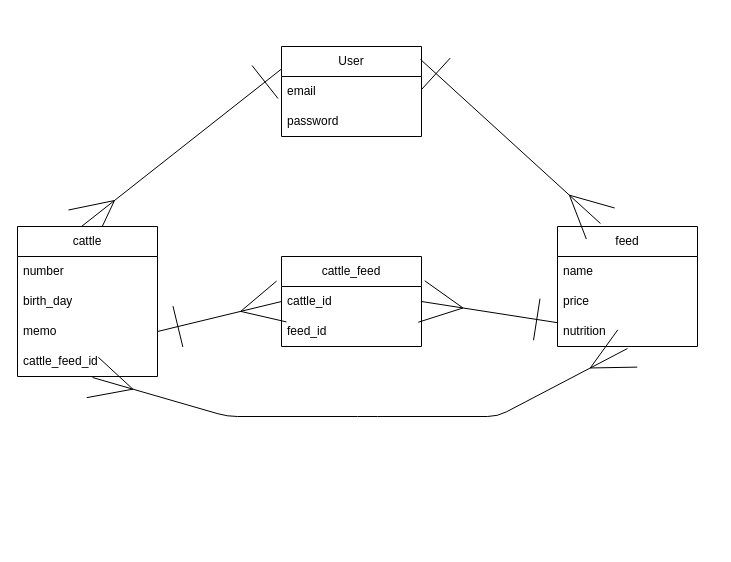
Earlier version of the draw.io diagram plan.dio (rinoccha/cattle_feed). Source tidied: cells renumbered, new cells numbered last; positions are measured from the earlier drawing's top-left corner, leaving out a move shared by most shapes. Both pictures are drawn from the tidied source at 100%, with x=0, y=0 at pixel (17, 46).
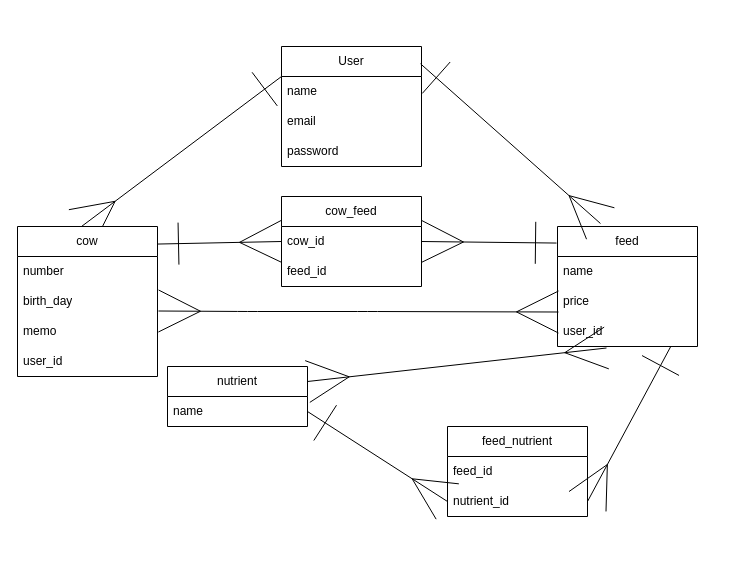
The same diagram, later.

Commit message (it also covers changes not shown here):
ER図の編集と、READMEの作成

The change refers to these unchanged cells:
```xml
<mxCell id="6" value="feed" style="swimlane;fontStyle=0;horizontal=1;startSize=30;whiteSpace=wrap;html=1;" parent="1" vertex="1">
  <mxGeometry x="540" y="180" width="140" height="120" as="geometry" />
</mxCell>
<mxCell id="12" value="birth_day" style="text;strokeColor=none;fillColor=none;align=left;verticalAlign=middle;spacingLeft=4;spacingRight=4;overflow=hidden;points=[[0,0.5],[1,0.5]];portConstraint=eastwest;whiteSpace=wrap;html=1;" parent="10" vertex="1">
  <mxGeometry y="60" width="140" height="30" as="geometry" />
</mxCell>
<mxCell id="13" value="memo" style="text;strokeColor=none;fillColor=none;align=left;verticalAlign=middle;spacingLeft=4;spacingRight=4;overflow=hidden;points=[[0,0.5],[1,0.5]];portConstraint=eastwest;whiteSpace=wrap;html=1;" parent="10" vertex="1">
  <mxGeometry y="90" width="140" height="30" as="geometry" />
</mxCell>
```

What changed in the source:
```diff
@@
     <mxCell id="3" value="User" style="swimlane;fontStyle=0;horizontal=1;startSize=30;whiteSpace=wrap;html=1;" parent="1" vertex="1">
-      <mxGeometry x="264" width="140" height="90" as="geometry" />
+      <mxGeometry x="264" width="140" height="120" as="geometry" />
     </mxCell>
+    <mxCell id="22" value="name" style="text;strokeColor=none;fillColor=none;align=left;verticalAlign=middle;spacingLeft=4;spacingRight=4;overflow=hidden;whiteSpace=wrap;html=1;" parent="3" vertex="1">
+      <mxGeometry y="30" width="140" height="30" as="geometry" />
+    </mxCell>
     <mxCell id="4" value="email" style="text;strokeColor=none;fillColor=none;align=left;verticalAlign=middle;spacingLeft=4;spacingRight=4;overflow=hidden;whiteSpace=wrap;html=1;" parent="3" vertex="1">
-      <mxGeometry y="30" width="140" height="30" as="geometry" />
+      <mxGeometry y="60" width="140" height="30" as="geometry" />
     </mxCell>
     <mxCell id="5" value="password" style="text;strokeColor=none;fillColor=none;align=left;verticalAlign=middle;spacingLeft=4;spacingRight=4;overflow=hidden;whiteSpace=wrap;html=1;" parent="3" vertex="1">
-      <mxGeometry y="60" width="140" height="30" as="geometry" />
+      <mxGeometry y="90" width="140" height="30" as="geometry" />
     </mxCell>
@@
-    <mxCell id="9" value="nutrition" style="text;strokeColor=none;fillColor=none;align=left;verticalAlign=middle;spacingLeft=4;spacingRight=4;overflow=hidden;points=[[0,0.5],[1,0.5]];portConstraint=eastwest;whiteSpace=wrap;html=1;" parent="6" vertex="1">
-      <mxGeometry y="90" width="140" height="30" as="geometry" />
-    </mxCell>
+    <mxCell id="23" value="user_id&lt;br&gt;" style="text;strokeColor=none;fillColor=none;align=left;verticalAlign=middle;spacingLeft=4;spacingRight=4;overflow=hidden;points=[[0,0.5],[1,0.5]];portConstraint=eastwest;whiteSpace=wrap;html=1;" parent="6" vertex="1">
+      <mxGeometry y="90" width="140" height="30" as="geometry" />
+    </mxCell>
-    <mxCell id="10" value="cattle" style="swimlane;fontStyle=0;horizontal=1;startSize=30;whiteSpace=wrap;html=1;" parent="1" vertex="1">
+    <mxCell id="10" value="cow" style="swimlane;fontStyle=0;horizontal=1;startSize=30;whiteSpace=wrap;html=1;" parent="1" vertex="1">
       <mxGeometry y="180" width="140" height="150" as="geometry" />
     </mxCell>
@@
-    <mxCell id="14" value="cattle_feed_id" style="text;strokeColor=none;fillColor=none;align=left;verticalAlign=middle;spacingLeft=4;spacingRight=4;overflow=hidden;points=[[0,0.5],[1,0.5]];portConstraint=eastwest;whiteSpace=wrap;html=1;" parent="10" vertex="1">
+    <mxCell id="14" value="user_id" style="text;strokeColor=none;fillColor=none;align=left;verticalAlign=middle;spacingLeft=4;spacingRight=4;overflow=hidden;points=[[0,0.5],[1,0.5]];portConstraint=eastwest;whiteSpace=wrap;html=1;" parent="10" vertex="1">
       <mxGeometry y="120" width="140" height="30" as="geometry" />
     </mxCell>
-    <mxCell id="15" value="cattle_feed" style="swimlane;fontStyle=0;horizontal=1;startSize=30;whiteSpace=wrap;html=1;" parent="1" vertex="1">
-      <mxGeometry x="264" y="210" width="140" height="90" as="geometry" />
+    <mxCell id="15" value="cow_feed" style="swimlane;fontStyle=0;horizontal=1;startSize=30;whiteSpace=wrap;html=1;" parent="1" vertex="1">
+      <mxGeometry x="264" y="150" width="140" height="90" as="geometry" />
     </mxCell>
-    <mxCell id="16" value="cattle_id" style="text;strokeColor=none;fillColor=none;align=left;verticalAlign=middle;spacingLeft=4;spacingRight=4;overflow=hidden;points=[[0,0.5],[1,0.5]];portConstraint=eastwest;whiteSpace=wrap;html=1;" parent="15" vertex="1">
+    <mxCell id="16" value="cow_id" style="text;strokeColor=none;fillColor=none;align=left;verticalAlign=middle;spacingLeft=4;spacingRight=4;overflow=hidden;points=[[0,0.5],[1,0.5]];portConstraint=eastwest;whiteSpace=wrap;html=1;" parent="15" vertex="1">
       <mxGeometry y="30" width="140" height="30" as="geometry" />
     </mxCell>
@@
-    <mxCell id="18" style="html=1;endArrow=ERmany;endFill=0;targetPerimeterSpacing=0;startArrow=ERone;startFill=0;strokeWidth=1;sourcePerimeterSpacing=0;endSize=40;startSize=40;entryX=0;entryY=0.5;entryDx=0;entryDy=0;exitX=1;exitY=0.5;exitDx=0;exitDy=0;" parent="1" edge="1" source="13" target="16">
+    <mxCell id="18" style="html=1;endArrow=ERmany;endFill=0;targetPerimeterSpacing=0;startArrow=ERone;startFill=0;strokeWidth=1;sourcePerimeterSpacing=0;endSize=40;startSize=40;entryX=0;entryY=0.5;entryDx=0;entryDy=0;exitX=1;exitY=0.117;exitDx=0;exitDy=0;exitPerimeter=0;" parent="1" edge="1" source="10" target="16">
       <mxGeometry relative="1" as="geometry" />
     </mxCell>
@@
-    <mxCell id="20" style="html=1;exitX=0;exitY=0.25;exitDx=0;exitDy=0;entryX=1;entryY=0.5;entryDx=0;entryDy=0;endArrow=ERmany;endFill=0;targetPerimeterSpacing=0;startArrow=ERone;startFill=0;strokeWidth=1;sourcePerimeterSpacing=0;endSize=40;startSize=40;" parent="1" edge="1" target="16">
-      <mxGeometry relative="1" as="geometry">
-        <mxPoint x="540" y="276.2" as="sourcePoint" />
-      </mxGeometry>
+    <mxCell id="20" style="html=1;exitX=-0.007;exitY=0.138;exitDx=0;exitDy=0;entryX=1;entryY=0.5;entryDx=0;entryDy=0;endArrow=ERmany;endFill=0;targetPerimeterSpacing=0;startArrow=ERone;startFill=0;strokeWidth=1;sourcePerimeterSpacing=0;endSize=40;startSize=40;exitPerimeter=0;" parent="1" edge="1" source="6" target="16">
+      <mxGeometry relative="1" as="geometry" />
     </mxCell>
-    <mxCell id="21" style="html=1;exitX=0.5;exitY=1.067;exitDx=0;exitDy=0;entryX=0.536;entryY=1.033;entryDx=0;entryDy=0;entryPerimeter=0;endArrow=ERmany;endFill=0;targetPerimeterSpacing=0;startArrow=ERmany;startFill=0;strokeWidth=1;sourcePerimeterSpacing=0;endSize=40;startSize=40;exitPerimeter=0;" parent="1" edge="1" source="9" target="14">
+    <mxCell id="21" style="html=1;exitX=0.007;exitY=-0.15;exitDx=0;exitDy=0;entryX=1.007;entryY=0.817;entryDx=0;entryDy=0;endArrow=ERmany;endFill=0;targetPerimeterSpacing=0;startArrow=ERmany;startFill=0;strokeWidth=1;sourcePerimeterSpacing=0;endSize=40;startSize=40;entryPerimeter=0;exitPerimeter=0;" parent="1" edge="1" source="23" target="12">
       <mxGeometry relative="1" as="geometry">
         <Array as="points">
-          <mxPoint x="480" y="370" />
-          <mxPoint x="350" y="370" />
-          <mxPoint x="210" y="370" />
+          <mxPoint x="350" y="265" />
+          <mxPoint x="230" y="265" />
         </Array>
       </mxGeometry>
     </mxCell>
+    <mxCell id="24" style="edgeStyle=none;html=1;exitX=1;exitY=0.5;exitDx=0;exitDy=0;entryX=0;entryY=0.5;entryDx=0;entryDy=0;strokeWidth=1;startArrow=ERone;startFill=0;endArrow=ERmany;endFill=0;startSize=40;endSize=40;sourcePerimeterSpacing=0;targetPerimeterSpacing=0;" parent="1" edge="1" source="26" target="29">
+      <mxGeometry relative="1" as="geometry" />
+    </mxCell>
+    <mxCell id="25" value="nutrient" style="swimlane;fontStyle=0;horizontal=1;startSize=30;whiteSpace=wrap;html=1;" parent="1" vertex="1">
+      <mxGeometry x="150" y="320" width="140" height="60" as="geometry" />
+    </mxCell>
+    <mxCell id="26" value="name" style="text;strokeColor=none;fillColor=none;align=left;verticalAlign=middle;spacingLeft=4;spacingRight=4;overflow=hidden;points=[[0,0.5],[1,0.5]];portConstraint=eastwest;whiteSpace=wrap;html=1;" parent="25" vertex="1">
+      <mxGeometry y="30" width="140" height="30" as="geometry" />
+    </mxCell>
+    <mxCell id="27" value="feed_nutrient" style="swimlane;fontStyle=0;horizontal=1;startSize=30;whiteSpace=wrap;html=1;" parent="1" vertex="1">
+      <mxGeometry x="430" y="380" width="140" height="90" as="geometry" />
+    </mxCell>
+    <mxCell id="28" value="feed_id" style="text;strokeColor=none;fillColor=none;align=left;verticalAlign=middle;spacingLeft=4;spacingRight=4;overflow=hidden;whiteSpace=wrap;html=1;" parent="27" vertex="1">
+      <mxGeometry y="30" width="140" height="30" as="geometry" />
+    </mxCell>
+    <mxCell id="29" value="nutrient_id" style="text;strokeColor=none;fillColor=none;align=left;verticalAlign=middle;spacingLeft=4;spacingRight=4;overflow=hidden;points=[[0,0.5],[1,0.5]];portConstraint=eastwest;whiteSpace=wrap;html=1;" parent="27" vertex="1">
+      <mxGeometry y="60" width="140" height="30" as="geometry" />
+    </mxCell>
+    <mxCell id="30" style="edgeStyle=none;html=1;entryX=1;entryY=0.5;entryDx=0;entryDy=0;strokeWidth=1;startArrow=ERone;startFill=0;endArrow=ERmany;endFill=0;startSize=40;endSize=40;sourcePerimeterSpacing=0;targetPerimeterSpacing=0;exitX=0.807;exitY=1.017;exitDx=0;exitDy=0;exitPerimeter=0;" parent="1" edge="1" source="23" target="29">
+      <mxGeometry relative="1" as="geometry" />
+    </mxCell>
+    <mxCell id="31" style="edgeStyle=none;html=1;exitX=1;exitY=0.25;exitDx=0;exitDy=0;entryX=0.35;entryY=1.05;entryDx=0;entryDy=0;entryPerimeter=0;strokeWidth=1;startArrow=ERmany;startFill=0;endArrow=ERmany;endFill=0;startSize=40;endSize=40;sourcePerimeterSpacing=0;targetPerimeterSpacing=0;" parent="1" edge="1" source="25" target="23">
+      <mxGeometry relative="1" as="geometry" />
+    </mxCell>
```
